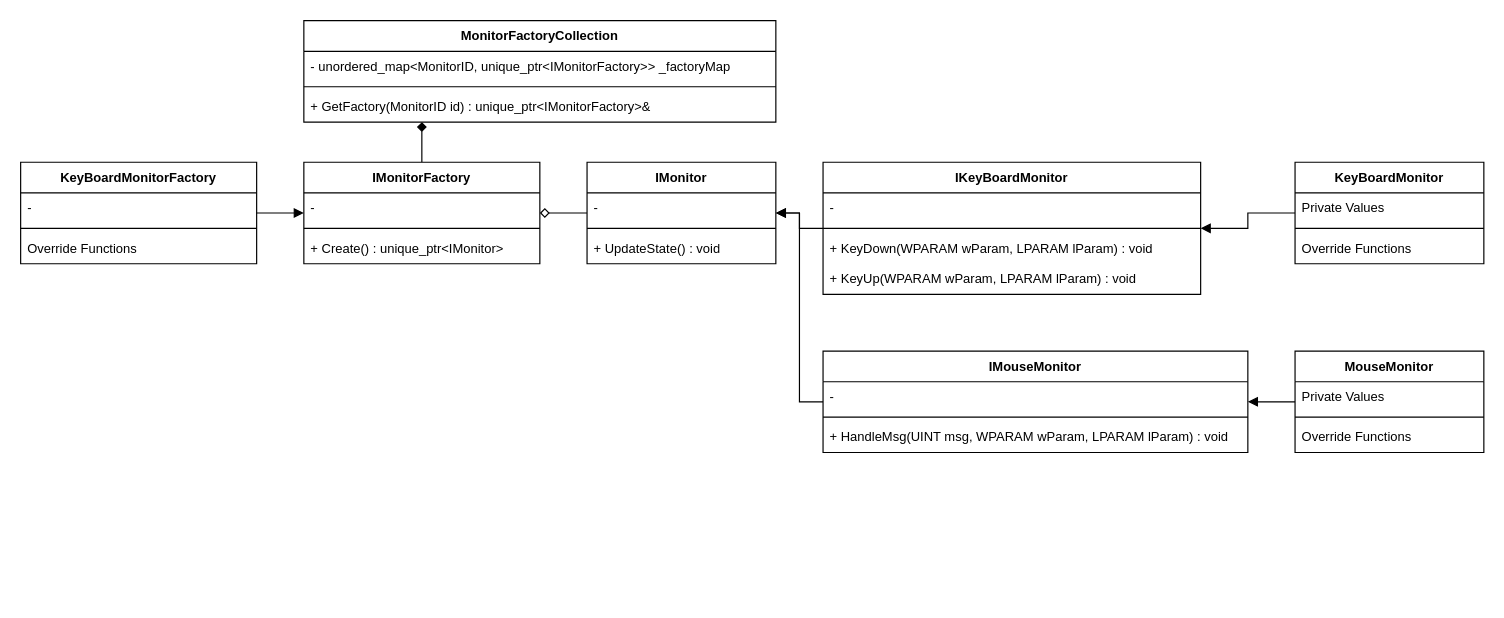
Earlier version of the draw.io diagram page "Monitor" (4 of 10) of docs/module/class.drawio (Tanso-mct/Minecraft-DirectX). Source tidied: cells renumbered, new cells numbered last; positions are measured from the earlier drawing's top-left corner, leaving out a move shared by most shapes. Both pictures are drawn from the tidied source at 118%, with x=0, y=0 at pixel (20, 20).
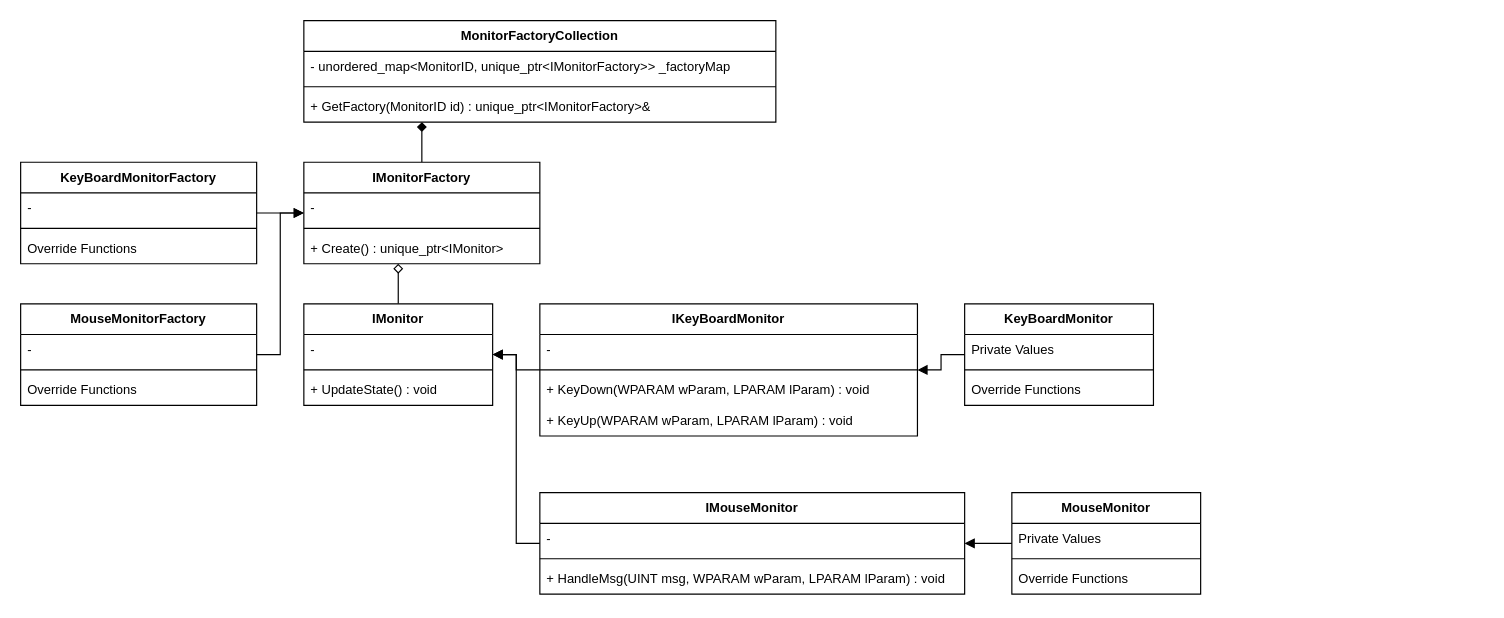
After the change.

Unchanged cells that the change refers to:
```xml
<mxCell id="18" value="IMonitorFactory" style="swimlane;fontStyle=1;align=center;verticalAlign=top;horizontal=1;startSize=26;whiteSpace=wrap;html=1;fontFamily=Helvetica;fontSize=11;fontColor=default;labelBackgroundColor=default;" parent="1" vertex="1">
  <mxGeometry x="240" y="120" width="200" height="86" as="geometry" />
</mxCell>
```

Change to the diagram source:
```diff
@@
     <mxCell id="3" value="IMonitor" style="swimlane;fontStyle=1;align=center;verticalAlign=top;horizontal=1;startSize=26;whiteSpace=wrap;html=1;fontFamily=Helvetica;fontSize=11;fontColor=default;labelBackgroundColor=default;" parent="1" vertex="1">
-      <mxGeometry x="480" y="120" width="160" height="86" as="geometry" />
+      <mxGeometry x="240" y="240" width="160" height="86" as="geometry" />
     </mxCell>
@@
     <mxCell id="8" value="IKeyBoardMonitor" style="swimlane;fontStyle=1;align=center;verticalAlign=top;horizontal=1;startSize=26;whiteSpace=wrap;html=1;fontFamily=Helvetica;fontSize=11;fontColor=default;labelBackgroundColor=default;" parent="1" vertex="1">
-      <mxGeometry x="680" y="120" width="320" height="112" as="geometry" />
+      <mxGeometry x="440" y="240" width="320" height="112" as="geometry" />
     </mxCell>
@@
     <mxCell id="28" value="IMouseMonitor" style="swimlane;fontStyle=1;align=center;verticalAlign=top;horizontal=1;startSize=26;whiteSpace=wrap;html=1;fontFamily=Helvetica;fontSize=11;fontColor=default;labelBackgroundColor=default;" parent="1" vertex="1">
-      <mxGeometry x="680" y="280" width="360" height="86" as="geometry" />
+      <mxGeometry x="440" y="400" width="360" height="86" as="geometry" />
     </mxCell>
@@
     <mxCell id="33" value="KeyBoardMonitor" style="swimlane;fontStyle=1;align=center;verticalAlign=top;horizontal=1;startSize=26;whiteSpace=wrap;html=1;fontFamily=Helvetica;fontSize=11;fontColor=default;labelBackgroundColor=default;" parent="1" vertex="1">
-      <mxGeometry x="1080" y="120" width="160" height="86" as="geometry" />
+      <mxGeometry x="800" y="240" width="160" height="86" as="geometry" />
     </mxCell>
@@
     <mxCell id="38" value="MouseMonitor" style="swimlane;fontStyle=1;align=center;verticalAlign=top;horizontal=1;startSize=26;whiteSpace=wrap;html=1;fontFamily=Helvetica;fontSize=11;fontColor=default;labelBackgroundColor=default;" parent="1" vertex="1">
-      <mxGeometry x="1080" y="280" width="160" height="86" as="geometry" />
+      <mxGeometry x="840" y="400" width="160" height="86" as="geometry" />
     </mxCell>
@@
+    <mxCell id="42" style="edgeStyle=elbowEdgeStyle;shape=connector;rounded=0;html=1;strokeColor=default;align=center;verticalAlign=middle;fontFamily=Helvetica;fontSize=11;fontColor=default;labelBackgroundColor=default;endArrow=block;endFill=1;" parent="1" edge="1" source="43" target="18">
+      <mxGeometry relative="1" as="geometry" />
+    </mxCell>
+    <mxCell id="43" value="MouseMonitorFactory" style="swimlane;fontStyle=1;align=center;verticalAlign=top;horizontal=1;startSize=26;whiteSpace=wrap;html=1;fontFamily=Helvetica;fontSize=11;fontColor=default;labelBackgroundColor=default;" parent="1" vertex="1">
+      <mxGeometry y="240" width="200" height="86" as="geometry" />
+    </mxCell>
+    <mxCell id="44" value="-" style="text;strokeColor=none;fillColor=none;align=left;verticalAlign=top;spacingLeft=4;spacingRight=4;overflow=hidden;whiteSpace=wrap;html=1;fontFamily=Helvetica;fontSize=11;fontColor=default;labelBackgroundColor=default;" parent="43" vertex="1">
+      <mxGeometry y="26" width="200" height="26" as="geometry" />
+    </mxCell>
+    <mxCell id="45" style="line;strokeWidth=1;fillColor=none;align=left;verticalAlign=middle;spacingTop=-1;spacingLeft=3;spacingRight=3;labelPosition=right;strokeColor=inherit;fontFamily=Helvetica;fontSize=11;fontColor=default;labelBackgroundColor=default;" parent="43" vertex="1">
+      <mxGeometry y="52" width="200" height="8" as="geometry" />
+    </mxCell>
+    <mxCell id="46" value="Override Functions" style="text;strokeColor=none;fillColor=none;align=left;verticalAlign=top;spacingLeft=4;spacingRight=4;overflow=hidden;whiteSpace=wrap;html=1;fontFamily=Helvetica;fontSize=11;fontColor=default;labelBackgroundColor=default;" parent="43" vertex="1">
+      <mxGeometry y="60" width="200" height="26" as="geometry" />
+    </mxCell>
```
